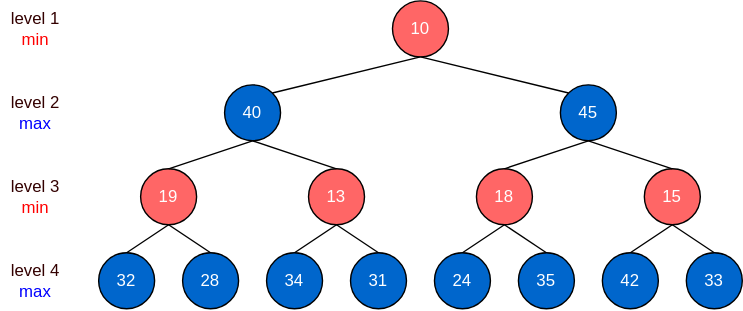
This is DSA/note/min-max heap.drawio.svg from xuese0513/image, a draw.io export, as it was before one commit. Source tidied: cells renumbered, new cells last; positions are measured from the earlier drawing's top-left corner, leaving out a move shared by most shapes.
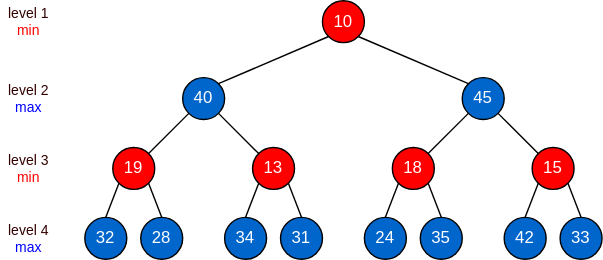
Later version of the same file.

Commit message:
deap and min-max heap

Diff of the diagram source:
```diff
@@ -2,107 +2,104 @@
   <root>
     <mxCell id="0" />
     <mxCell id="1" parent="0" />
-    <mxCell id="2" value="10" style="ellipse;whiteSpace=wrap;html=1;fillColor=#FF6666;fontColor=#FFFFFF;" parent="1" vertex="1">
-      <mxGeometry x="280" width="40" height="40" as="geometry" />
+    <mxCell id="2" value="10" style="ellipse;whiteSpace=wrap;html=1;fillColor=#FF0000;fontColor=#FFFFFF;" parent="1" vertex="1">
+      <mxGeometry x="240" y="25" width="30" height="30" as="geometry" />
     </mxCell>
     <mxCell id="3" value="40" style="ellipse;whiteSpace=wrap;html=1;fillColor=#0066CC;fontColor=#FFFFFF;" parent="1" vertex="1">
-      <mxGeometry x="160" y="60" width="40" height="40" as="geometry" />
+      <mxGeometry x="140" y="80" width="30" height="30" as="geometry" />
     </mxCell>
     <mxCell id="4" value="45" style="ellipse;whiteSpace=wrap;html=1;fillColor=#0066CC;fontColor=#FFFFFF;" parent="1" vertex="1">
-      <mxGeometry x="400" y="60" width="40" height="40" as="geometry" />
+      <mxGeometry x="340" y="80" width="30" height="30" as="geometry" />
     </mxCell>
-    <mxCell id="5" value="19" style="ellipse;whiteSpace=wrap;html=1;fillColor=#FF6666;fontColor=#FFFFFF;" parent="1" vertex="1">
-      <mxGeometry x="100" y="120" width="40" height="40" as="geometry" />
+    <mxCell id="5" value="19" style="ellipse;whiteSpace=wrap;html=1;fillColor=#FF0000;fontColor=#FFFFFF;" parent="1" vertex="1">
+      <mxGeometry x="90" y="130" width="30" height="30" as="geometry" />
     </mxCell>
-    <mxCell id="6" value="13" style="ellipse;whiteSpace=wrap;html=1;fillColor=#FF6666;fontColor=#FFFFFF;" parent="1" vertex="1">
-      <mxGeometry x="220" y="120" width="40" height="40" as="geometry" />
+    <mxCell id="6" value="13" style="ellipse;whiteSpace=wrap;html=1;fillColor=#FF0000;fontColor=#FFFFFF;" parent="1" vertex="1">
+      <mxGeometry x="190" y="130" width="30" height="30" as="geometry" />
     </mxCell>
-    <mxCell id="7" value="18" style="ellipse;whiteSpace=wrap;html=1;fillColor=#FF6666;fontColor=#FFFFFF;" parent="1" vertex="1">
-      <mxGeometry x="340" y="120" width="40" height="40" as="geometry" />
+    <mxCell id="7" value="18" style="ellipse;whiteSpace=wrap;html=1;fillColor=#FF0000;fontColor=#FFFFFF;" parent="1" vertex="1">
+      <mxGeometry x="290" y="130" width="30" height="30" as="geometry" />
     </mxCell>
-    <mxCell id="8" value="15" style="ellipse;whiteSpace=wrap;html=1;fillColor=#FF6666;fontColor=#FFFFFF;" parent="1" vertex="1">
-      <mxGeometry x="460" y="120" width="40" height="40" as="geometry" />
+    <mxCell id="8" value="15" style="ellipse;whiteSpace=wrap;html=1;fillColor=#FF0000;fontColor=#FFFFFF;" parent="1" vertex="1">
+      <mxGeometry x="390" y="130" width="30" height="30" as="geometry" />
     </mxCell>
     <mxCell id="9" value="32" style="ellipse;whiteSpace=wrap;html=1;fillColor=#0066CC;fontColor=#FFFFFF;" parent="1" vertex="1">
-      <mxGeometry x="70" y="180" width="40" height="40" as="geometry" />
+      <mxGeometry x="70" y="180" width="30" height="30" as="geometry" />
     </mxCell>
     <mxCell id="10" value="28" style="ellipse;whiteSpace=wrap;html=1;fillColor=#0066CC;fontColor=#FFFFFF;" parent="1" vertex="1">
-      <mxGeometry x="130" y="180" width="40" height="40" as="geometry" />
+      <mxGeometry x="110" y="180" width="30" height="30" as="geometry" />
     </mxCell>
     <mxCell id="11" value="34" style="ellipse;whiteSpace=wrap;html=1;fillColor=#0066CC;fontColor=#FFFFFF;" parent="1" vertex="1">
-      <mxGeometry x="190" y="180" width="40" height="40" as="geometry" />
+      <mxGeometry x="170" y="180" width="30" height="30" as="geometry" />
     </mxCell>
     <mxCell id="12" value="31" style="ellipse;whiteSpace=wrap;html=1;fillColor=#0066CC;fontColor=#FFFFFF;" parent="1" vertex="1">
-      <mxGeometry x="250" y="180" width="40" height="40" as="geometry" />
+      <mxGeometry x="210" y="180" width="30" height="30" as="geometry" />
     </mxCell>
     <mxCell id="13" value="24" style="ellipse;whiteSpace=wrap;html=1;fillColor=#0066CC;fontColor=#FFFFFF;" parent="1" vertex="1">
-      <mxGeometry x="310" y="180" width="40" height="40" as="geometry" />
+      <mxGeometry x="270" y="180" width="30" height="30" as="geometry" />
     </mxCell>
     <mxCell id="14" value="35" style="ellipse;whiteSpace=wrap;html=1;fillColor=#0066CC;fontColor=#FFFFFF;" parent="1" vertex="1">
-      <mxGeometry x="370" y="180" width="40" height="40" as="geometry" />
+      <mxGeometry x="310" y="180" width="30" height="30" as="geometry" />
     </mxCell>
     <mxCell id="15" value="42" style="ellipse;whiteSpace=wrap;html=1;fillColor=#0066CC;fontColor=#FFFFFF;" parent="1" vertex="1">
-      <mxGeometry x="430" y="180" width="40" height="40" as="geometry" />
+      <mxGeometry x="370" y="180" width="30" height="30" as="geometry" />
     </mxCell>
     <mxCell id="16" value="33" style="ellipse;whiteSpace=wrap;html=1;fillColor=#0066CC;fontColor=#FFFFFF;" parent="1" vertex="1">
-      <mxGeometry x="490" y="180" width="40" height="40" as="geometry" />
+      <mxGeometry x="410" y="180" width="30" height="30" as="geometry" />
     </mxCell>
-    <mxCell id="17" style="endArrow=none;html=1;entryX=0.5;entryY=0;entryDx=0;entryDy=0;exitX=0.5;exitY=1;exitDx=0;exitDy=0;fontColor=#FFFFFF;" parent="1" edge="1" source="5" target="9">
+    <mxCell id="17" style="endArrow=none;html=1;entryX=0.5;entryY=0;entryDx=0;entryDy=0;exitX=0;exitY=1;exitDx=0;exitDy=0;fontColor=#FFFFFF;" parent="1" edge="1" source="5" target="9">
       <mxGeometry relative="1" as="geometry" />
     </mxCell>
-    <mxCell id="18" style="endArrow=none;html=1;entryX=0.5;entryY=0;entryDx=0;entryDy=0;exitX=0.5;exitY=1;exitDx=0;exitDy=0;fontColor=#FFFFFF;" parent="1" edge="1" source="5" target="10">
+    <mxCell id="18" style="endArrow=none;html=1;entryX=0.5;entryY=0;entryDx=0;entryDy=0;exitX=1;exitY=1;exitDx=0;exitDy=0;fontColor=#FFFFFF;" parent="1" edge="1" source="5" target="10">
       <mxGeometry relative="1" as="geometry" />
     </mxCell>
-    <mxCell id="19" style="endArrow=none;html=1;entryX=0.5;entryY=0;entryDx=0;entryDy=0;exitX=0.5;exitY=1;exitDx=0;exitDy=0;fontColor=#FFFFFF;" parent="1" edge="1" source="6" target="11">
+    <mxCell id="19" style="endArrow=none;html=1;entryX=0.5;entryY=0;entryDx=0;entryDy=0;exitX=0;exitY=1;exitDx=0;exitDy=0;fontColor=#FFFFFF;" parent="1" edge="1" source="6" target="11">
       <mxGeometry relative="1" as="geometry" />
     </mxCell>
-    <mxCell id="20" style="endArrow=none;html=1;entryX=0.5;entryY=0;entryDx=0;entryDy=0;exitX=0.5;exitY=1;exitDx=0;exitDy=0;fontColor=#FFFFFF;" parent="1" edge="1" source="6" target="12">
+    <mxCell id="20" style="endArrow=none;html=1;entryX=0.5;entryY=0;entryDx=0;entryDy=0;exitX=1;exitY=1;exitDx=0;exitDy=0;fontColor=#FFFFFF;" parent="1" edge="1" source="6" target="12">
       <mxGeometry relative="1" as="geometry" />
     </mxCell>
-    <mxCell id="21" style="endArrow=none;html=1;entryX=0.5;entryY=0;entryDx=0;entryDy=0;exitX=0.5;exitY=1;exitDx=0;exitDy=0;fontColor=#FFFFFF;" parent="1" edge="1" source="7" target="13">
+    <mxCell id="21" style="endArrow=none;html=1;entryX=0.5;entryY=0;entryDx=0;entryDy=0;exitX=0;exitY=1;exitDx=0;exitDy=0;fontColor=#FFFFFF;" parent="1" edge="1" source="7" target="13">
       <mxGeometry relative="1" as="geometry" />
     </mxCell>
-    <mxCell id="22" style="endArrow=none;html=1;entryX=0.5;entryY=0;entryDx=0;entryDy=0;exitX=0.5;exitY=1;exitDx=0;exitDy=0;fontColor=#FFFFFF;" parent="1" edge="1" source="7" target="14">
+    <mxCell id="22" style="endArrow=none;html=1;entryX=0.5;entryY=0;entryDx=0;entryDy=0;exitX=1;exitY=1;exitDx=0;exitDy=0;fontColor=#FFFFFF;" parent="1" edge="1" source="7" target="14">
       <mxGeometry relative="1" as="geometry" />
     </mxCell>
-    <mxCell id="23" style="endArrow=none;html=1;entryX=0.5;entryY=0;entryDx=0;entryDy=0;exitX=0.5;exitY=1;exitDx=0;exitDy=0;fontColor=#FFFFFF;" parent="1" edge="1" source="8" target="15">
+    <mxCell id="23" style="endArrow=none;html=1;entryX=0.5;entryY=0;entryDx=0;entryDy=0;exitX=0;exitY=1;exitDx=0;exitDy=0;fontColor=#FFFFFF;" parent="1" edge="1" source="8" target="15">
       <mxGeometry relative="1" as="geometry" />
     </mxCell>
-    <mxCell id="24" style="endArrow=none;html=1;entryX=0.5;entryY=0;entryDx=0;entryDy=0;exitX=0.5;exitY=1;exitDx=0;exitDy=0;fontColor=#FFFFFF;" parent="1" edge="1" source="8" target="16">
+    <mxCell id="24" style="endArrow=none;html=1;entryX=0.5;entryY=0;entryDx=0;entryDy=0;exitX=1;exitY=1;exitDx=0;exitDy=0;fontColor=#FFFFFF;" parent="1" edge="1" source="8" target="16">
       <mxGeometry relative="1" as="geometry" />
     </mxCell>
-    <mxCell id="25" style="endArrow=none;html=1;entryX=0.5;entryY=0;entryDx=0;entryDy=0;exitX=0.5;exitY=1;exitDx=0;exitDy=0;fontColor=#FFFFFF;" parent="1" edge="1" source="4" target="8">
+    <mxCell id="25" style="endArrow=none;html=1;entryX=0;entryY=0;entryDx=0;entryDy=0;exitX=1;exitY=1;exitDx=0;exitDy=0;fontColor=#FFFFFF;" parent="1" edge="1" source="4" target="8">
       <mxGeometry relative="1" as="geometry" />
     </mxCell>
-    <mxCell id="26" style="endArrow=none;html=1;entryX=0.5;entryY=0;entryDx=0;entryDy=0;exitX=0.5;exitY=1;exitDx=0;exitDy=0;fontColor=#FFFFFF;" parent="1" edge="1" source="4" target="7">
+    <mxCell id="26" style="endArrow=none;html=1;entryX=1;entryY=0;entryDx=0;entryDy=0;exitX=0;exitY=1;exitDx=0;exitDy=0;fontColor=#FFFFFF;" parent="1" edge="1" source="4" target="7">
       <mxGeometry relative="1" as="geometry" />
     </mxCell>
-    <mxCell id="27" style="endArrow=none;html=1;entryX=0.5;entryY=0;entryDx=0;entryDy=0;exitX=0.5;exitY=1;exitDx=0;exitDy=0;fontColor=#FFFFFF;" parent="1" edge="1" source="3" target="5">
+    <mxCell id="27" style="endArrow=none;html=1;entryX=1;entryY=0;entryDx=0;entryDy=0;exitX=0;exitY=1;exitDx=0;exitDy=0;fontColor=#FFFFFF;" parent="1" edge="1" source="3" target="5">
       <mxGeometry relative="1" as="geometry" />
     </mxCell>
-    <mxCell id="28" style="endArrow=none;html=1;entryX=0.5;entryY=0;entryDx=0;entryDy=0;exitX=0.5;exitY=1;exitDx=0;exitDy=0;fontColor=#FFFFFF;" parent="1" edge="1" source="3" target="6">
+    <mxCell id="28" style="endArrow=none;html=1;entryX=0;entryY=0;entryDx=0;entryDy=0;exitX=1;exitY=1;exitDx=0;exitDy=0;fontColor=#FFFFFF;" parent="1" edge="1" source="3" target="6">
       <mxGeometry relative="1" as="geometry" />
     </mxCell>
-    <mxCell id="29" style="endArrow=none;html=1;entryX=1;entryY=0;entryDx=0;entryDy=0;exitX=0.5;exitY=1;exitDx=0;exitDy=0;fontColor=#FFFFFF;" parent="1" edge="1" source="2" target="3">
+    <mxCell id="29" style="endArrow=none;html=1;entryX=1;entryY=0;entryDx=0;entryDy=0;exitX=0;exitY=1;exitDx=0;exitDy=0;fontColor=#FFFFFF;" parent="1" edge="1" source="2" target="3">
       <mxGeometry relative="1" as="geometry" />
     </mxCell>
-    <mxCell id="30" style="endArrow=none;html=1;entryX=0;entryY=0;entryDx=0;entryDy=0;exitX=0.5;exitY=1;exitDx=0;exitDy=0;fontColor=#FFFFFF;" parent="1" edge="1" source="2" target="4">
+    <mxCell id="30" style="endArrow=none;html=1;entryX=0;entryY=0;entryDx=0;entryDy=0;exitX=1;exitY=1;exitDx=0;exitDy=0;fontColor=#FFFFFF;" parent="1" edge="1" source="2" target="4">
       <mxGeometry relative="1" as="geometry" />
     </mxCell>
-    <mxCell id="31" value="Text" style="text;html=1;strokeColor=none;fillColor=none;align=center;verticalAlign=middle;whiteSpace=wrap;rounded=0;fontColor=#FFFFFF;" parent="1" vertex="1">
-      <mxGeometry x="300" y="100" width="40" height="20" as="geometry" />
-    </mxCell>
-    <mxCell id="32" value="level 1 &lt;font color=&quot;#ff0000&quot;&gt;min&lt;/font&gt;" style="text;html=1;strokeColor=none;fillColor=none;align=center;verticalAlign=middle;whiteSpace=wrap;rounded=0;fontColor=#330000;" parent="1" vertex="1">
-      <mxGeometry y="10" width="50" height="20" as="geometry" />
+    <mxCell id="32" value="level 1&lt;br&gt;&lt;font color=&quot;#ff0000&quot; style=&quot;font-size: 10px&quot;&gt;min&lt;/font&gt;" style="text;html=1;strokeColor=none;fillColor=none;align=center;verticalAlign=middle;whiteSpace=wrap;rounded=0;fontColor=#330000;fontSize=10;" parent="1" vertex="1">
+      <mxGeometry x="10" y="30" width="40" height="20" as="geometry" />
     </mxCell>
-    <mxCell id="33" value="level 2&lt;br&gt;&lt;font color=&quot;#0000ff&quot;&gt;max&lt;/font&gt;" style="text;html=1;strokeColor=none;fillColor=none;align=center;verticalAlign=middle;whiteSpace=wrap;rounded=0;fontColor=#330000;" parent="1" vertex="1">
-      <mxGeometry y="70" width="50" height="20" as="geometry" />
+    <mxCell id="33" value="level 2&lt;br style=&quot;font-size: 10px;&quot;&gt;&lt;font color=&quot;#0000ff&quot; style=&quot;font-size: 10px;&quot;&gt;max&lt;/font&gt;" style="text;html=1;strokeColor=none;fillColor=none;align=center;verticalAlign=middle;whiteSpace=wrap;rounded=0;fontColor=#330000;fontSize=10;" parent="1" vertex="1">
+      <mxGeometry x="10" y="85" width="40" height="20" as="geometry" />
     </mxCell>
-    <mxCell id="34" value="level 3&lt;br&gt;&lt;font color=&quot;#ff0000&quot;&gt;min&lt;/font&gt;" style="text;html=1;strokeColor=none;fillColor=none;align=center;verticalAlign=middle;whiteSpace=wrap;rounded=0;fontColor=#330000;" parent="1" vertex="1">
-      <mxGeometry y="130" width="50" height="20" as="geometry" />
+    <mxCell id="34" value="level 3&lt;br style=&quot;font-size: 10px;&quot;&gt;&lt;font color=&quot;#ff0000&quot; style=&quot;font-size: 10px;&quot;&gt;min&lt;/font&gt;" style="text;html=1;strokeColor=none;fillColor=none;align=center;verticalAlign=middle;whiteSpace=wrap;rounded=0;fontColor=#330000;fontSize=10;" parent="1" vertex="1">
+      <mxGeometry x="10" y="135" width="40" height="20" as="geometry" />
     </mxCell>
-    <mxCell id="35" value="level 4&lt;br&gt;&lt;font color=&quot;#0000ff&quot;&gt;max&lt;/font&gt;" style="text;html=1;strokeColor=none;fillColor=none;align=center;verticalAlign=middle;whiteSpace=wrap;rounded=0;fontColor=#330000;" parent="1" vertex="1">
-      <mxGeometry y="190" width="50" height="20" as="geometry" />
+    <mxCell id="35" value="level 4&lt;br style=&quot;font-size: 10px;&quot;&gt;&lt;font color=&quot;#0000ff&quot; style=&quot;font-size: 10px;&quot;&gt;max&lt;/font&gt;" style="text;html=1;strokeColor=none;fillColor=none;align=center;verticalAlign=middle;whiteSpace=wrap;rounded=0;fontColor=#330000;fontSize=10;" parent="1" vertex="1">
+      <mxGeometry x="10" y="185" width="40" height="20" as="geometry" />
     </mxCell>
   </root>
 </mxGraphModel>
```
